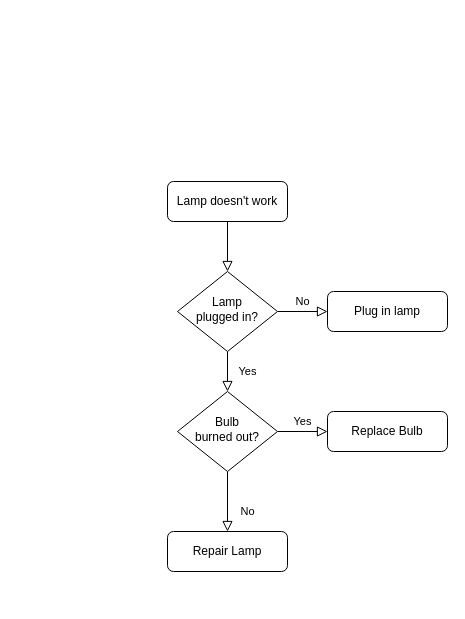
The draw.io diagram Untitled Diagram.drawio in Tuanajax/Vutuan, before the edit. Source tidied: cells renumbered, new cells numbered last; positions are measured from the earlier drawing's top-left corner, leaving out a move shared by most shapes. Both pictures are drawn from the tidied source at 100%, with x=0, y=0 at pixel (167, 181).
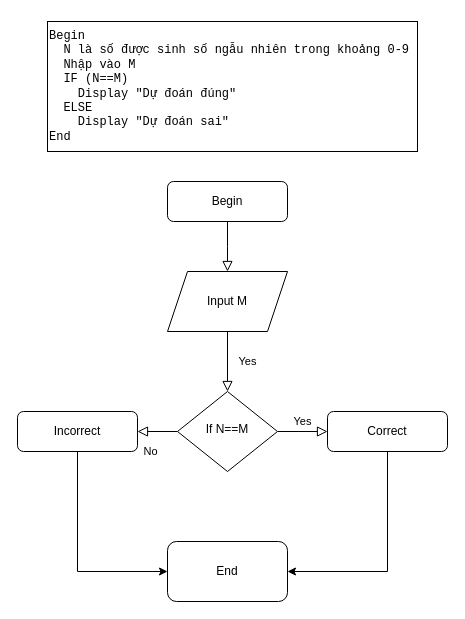
The same page after the edit.

The edit, as a diff of the source:
```diff
@@
 <mxGraphModel>
   <root>
     <mxCell id="0" />
     <mxCell id="1" parent="0" />
-    <mxCell id="2" style="rounded=0;html=1;jettySize=auto;fontSize=11;endArrow=block;endFill=0;endSize=8;strokeWidth=1;shadow=0;labelBackgroundColor=none;edgeStyle=orthogonalEdgeStyle;" parent="1" edge="1" source="3" target="6">
-      <mxGeometry relative="1" as="geometry" />
+    <mxCell id="2" style="rounded=0;html=1;jettySize=auto;fontSize=11;endArrow=block;endFill=0;endSize=8;strokeWidth=1;shadow=0;labelBackgroundColor=none;edgeStyle=orthogonalEdgeStyle;" parent="1" edge="1" source="3">
+      <mxGeometry relative="1" as="geometry">
+        <mxPoint x="60" y="90" as="targetPoint" />
+      </mxGeometry>
     </mxCell>
-    <mxCell id="3" value="Lamp doesn't work" style="rounded=1;whiteSpace=wrap;html=1;fontSize=12;glass=0;strokeWidth=1;shadow=0;" parent="1" vertex="1">
+    <mxCell id="3" value="Begin" style="rounded=1;whiteSpace=wrap;html=1;fontSize=12;glass=0;strokeWidth=1;shadow=0;" parent="1" vertex="1">
       <mxGeometry width="120" height="40" as="geometry" />
     </mxCell>
-    <mxCell id="4" value="Yes" style="rounded=0;html=1;jettySize=auto;fontSize=11;endArrow=block;endFill=0;endSize=8;strokeWidth=1;shadow=0;labelBackgroundColor=none;edgeStyle=orthogonalEdgeStyle;" parent="1" edge="1" source="6" target="10">
+    <mxCell id="4" value="Yes" style="rounded=0;html=1;jettySize=auto;fontSize=11;endArrow=block;endFill=0;endSize=8;strokeWidth=1;shadow=0;labelBackgroundColor=none;edgeStyle=orthogonalEdgeStyle;exitX=0.5;exitY=1;exitDx=0;exitDy=0;" parent="1" edge="1" source="14" target="10">
       <mxGeometry y="20" relative="1" as="geometry" />
     </mxCell>
-    <mxCell id="5" value="No" style="edgeStyle=orthogonalEdgeStyle;rounded=0;html=1;jettySize=auto;fontSize=11;endArrow=block;endFill=0;endSize=8;strokeWidth=1;shadow=0;labelBackgroundColor=none;" parent="1" edge="1" source="6" target="7">
-      <mxGeometry y="10" relative="1" as="geometry" />
-    </mxCell>
-    <mxCell id="6" value="Lamp&lt;br&gt;plugged in?" style="rhombus;whiteSpace=wrap;html=1;shadow=0;fontFamily=Helvetica;fontSize=12;align=center;strokeWidth=1;spacing=6;spacingTop=-4;" parent="1" vertex="1">
-      <mxGeometry x="10" y="90" width="100" height="80" as="geometry" />
-    </mxCell>
-    <mxCell id="7" value="Plug in lamp" style="rounded=1;whiteSpace=wrap;html=1;fontSize=12;glass=0;strokeWidth=1;shadow=0;" parent="1" vertex="1">
-      <mxGeometry x="160" y="110" width="120" height="40" as="geometry" />
-    </mxCell>
     <mxCell id="8" value="No" style="rounded=0;html=1;jettySize=auto;fontSize=11;endArrow=block;endFill=0;endSize=8;strokeWidth=1;shadow=0;labelBackgroundColor=none;edgeStyle=orthogonalEdgeStyle;" parent="1" edge="1" source="10" target="11">
       <mxGeometry x="0.33" y="20" relative="1" as="geometry" />
     </mxCell>
     <mxCell id="9" value="Yes" style="edgeStyle=orthogonalEdgeStyle;rounded=0;html=1;jettySize=auto;fontSize=11;endArrow=block;endFill=0;endSize=8;strokeWidth=1;shadow=0;labelBackgroundColor=none;" parent="1" edge="1" source="10" target="12">
       <mxGeometry y="10" relative="1" as="geometry" />
     </mxCell>
-    <mxCell id="10" value="Bulb&lt;br&gt;burned out?" style="rhombus;whiteSpace=wrap;html=1;shadow=0;fontFamily=Helvetica;fontSize=12;align=center;strokeWidth=1;spacing=6;spacingTop=-4;" parent="1" vertex="1">
+    <mxCell id="10" value="If N==M" style="rhombus;whiteSpace=wrap;html=1;shadow=0;fontFamily=Helvetica;fontSize=12;align=center;strokeWidth=1;spacing=6;spacingTop=-4;" parent="1" vertex="1">
       <mxGeometry x="10" y="210" width="100" height="80" as="geometry" />
     </mxCell>
-    <mxCell id="11" value="Repair Lamp" style="rounded=1;whiteSpace=wrap;html=1;fontSize=12;glass=0;strokeWidth=1;shadow=0;" parent="1" vertex="1">
-      <mxGeometry y="350" width="120" height="40" as="geometry" />
+    <mxCell id="11" value="Incorrect" style="rounded=1;whiteSpace=wrap;html=1;fontSize=12;glass=0;strokeWidth=1;shadow=0;" parent="1" vertex="1">
+      <mxGeometry x="-150" y="230" width="120" height="40" as="geometry" />
     </mxCell>
-    <mxCell id="12" value="Replace Bulb" style="rounded=1;whiteSpace=wrap;html=1;fontSize=12;glass=0;strokeWidth=1;shadow=0;" parent="1" vertex="1">
+    <mxCell id="12" value="Correct" style="rounded=1;whiteSpace=wrap;html=1;fontSize=12;glass=0;strokeWidth=1;shadow=0;" parent="1" vertex="1">
       <mxGeometry x="160" y="230" width="120" height="40" as="geometry" />
     </mxCell>
+    <mxCell id="13" value="&lt;div align=&quot;left&quot;&gt;&lt;pre class=&quot;wp-block-preformatted&quot;&gt;Begin&lt;br&gt;&amp;nbsp; N là số được sinh số ngẫu nhiên trong khoảng 0-9&lt;br&gt;&amp;nbsp; Nhập vào M&lt;br&gt;&amp;nbsp; IF (N==M)&lt;br&gt;&amp;nbsp;&amp;nbsp;&amp;nbsp; Display &quot;Dự đoán đúng&quot;&amp;nbsp;&amp;nbsp;&amp;nbsp;&amp;nbsp;&amp;nbsp;&amp;nbsp;&amp;nbsp; &amp;nbsp;&lt;br&gt;&amp;nbsp; ELSE&amp;nbsp;&amp;nbsp;&amp;nbsp;&amp;nbsp;&amp;nbsp;&amp;nbsp;&amp;nbsp;&amp;nbsp;&amp;nbsp;&amp;nbsp;&amp;nbsp; &amp;nbsp;&lt;br&gt;&amp;nbsp;&amp;nbsp;&amp;nbsp; Display &quot;Dự đoán sai&quot;&lt;br&gt;End&lt;/pre&gt;&lt;/div&gt;" style="rounded=0;whiteSpace=wrap;html=1;align=left;" parent="1" vertex="1">
+      <mxGeometry x="-120" y="-160" width="370" height="130" as="geometry" />
+    </mxCell>
+    <mxCell id="14" value="Input M" style="shape=parallelogram;perimeter=parallelogramPerimeter;whiteSpace=wrap;html=1;fixedSize=1;" parent="1" vertex="1">
+      <mxGeometry y="90" width="120" height="60" as="geometry" />
+    </mxCell>
+    <mxCell id="15" value="End" style="rounded=1;whiteSpace=wrap;html=1;" parent="1" vertex="1">
+      <mxGeometry y="360" width="120" height="60" as="geometry" />
+    </mxCell>
+    <mxCell id="16" style="endArrow=classic;html=1;rounded=0;exitX=0.5;exitY=1;exitDx=0;exitDy=0;entryX=0;entryY=0.5;entryDx=0;entryDy=0;" parent="1" edge="1" source="11" target="15">
+      <mxGeometry relative="1" as="geometry">
+        <Array as="points">
+          <mxPoint x="-90" y="390" />
+        </Array>
+      </mxGeometry>
+    </mxCell>
+    <mxCell id="17" style="endArrow=classic;html=1;rounded=0;exitX=0.5;exitY=1;exitDx=0;exitDy=0;entryX=1;entryY=0.5;entryDx=0;entryDy=0;" parent="1" edge="1" source="12" target="15">
+      <mxGeometry relative="1" as="geometry">
+        <Array as="points">
+          <mxPoint x="220" y="390" />
+        </Array>
+      </mxGeometry>
+    </mxCell>
   </root>
 </mxGraphModel>
```
